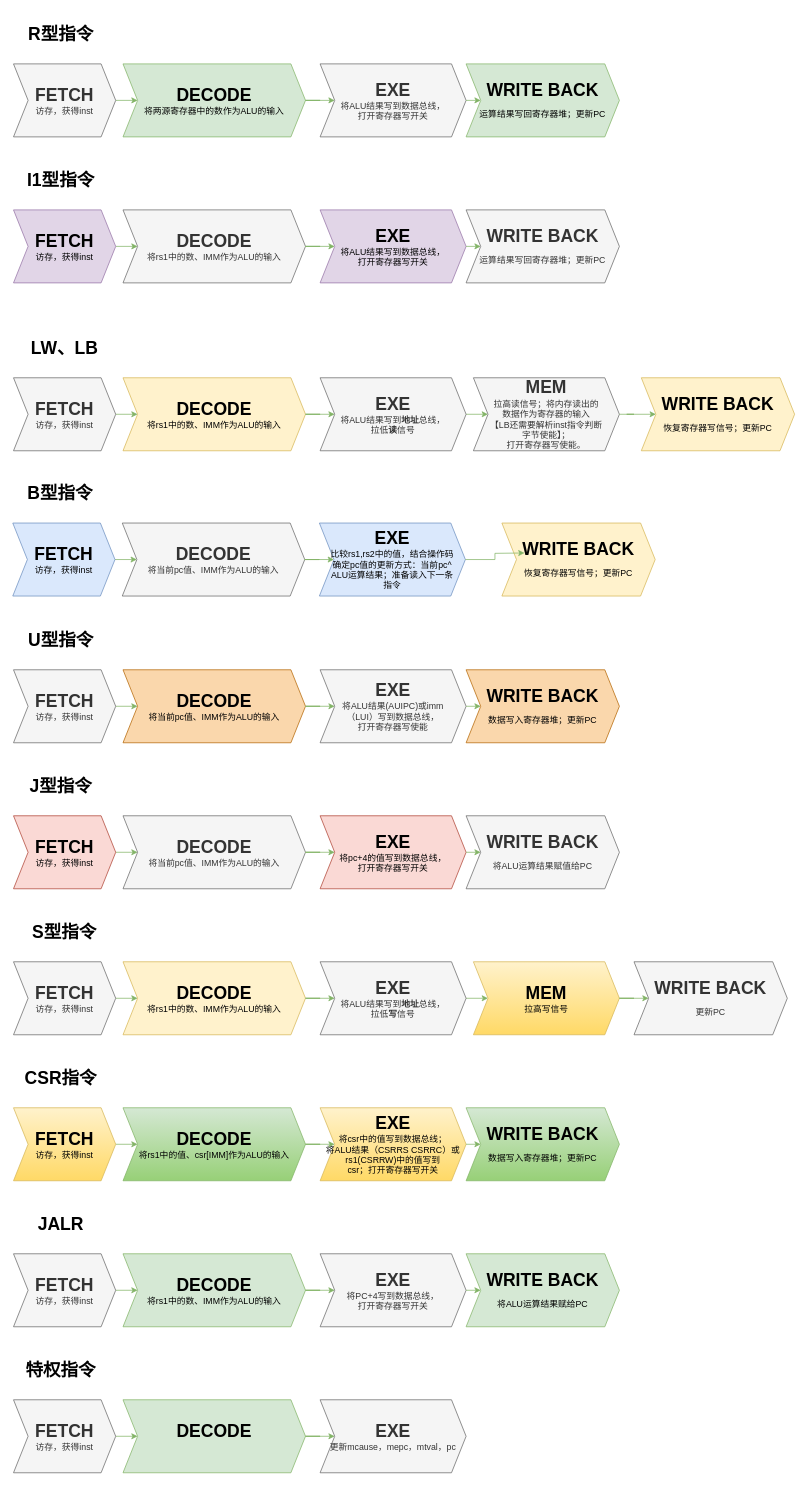
The draw.io diagram Untitled Diagram.drawio in Nicki-Liu/hello-world, before the edit. Source tidied: cells renumbered, new cells numbered last; positions are measured from the earlier drawing's top-left corner, leaving out a move shared by most shapes. Both pictures are drawn from the tidied source at 73%, with x=0, y=0 at pixel (12, 12).
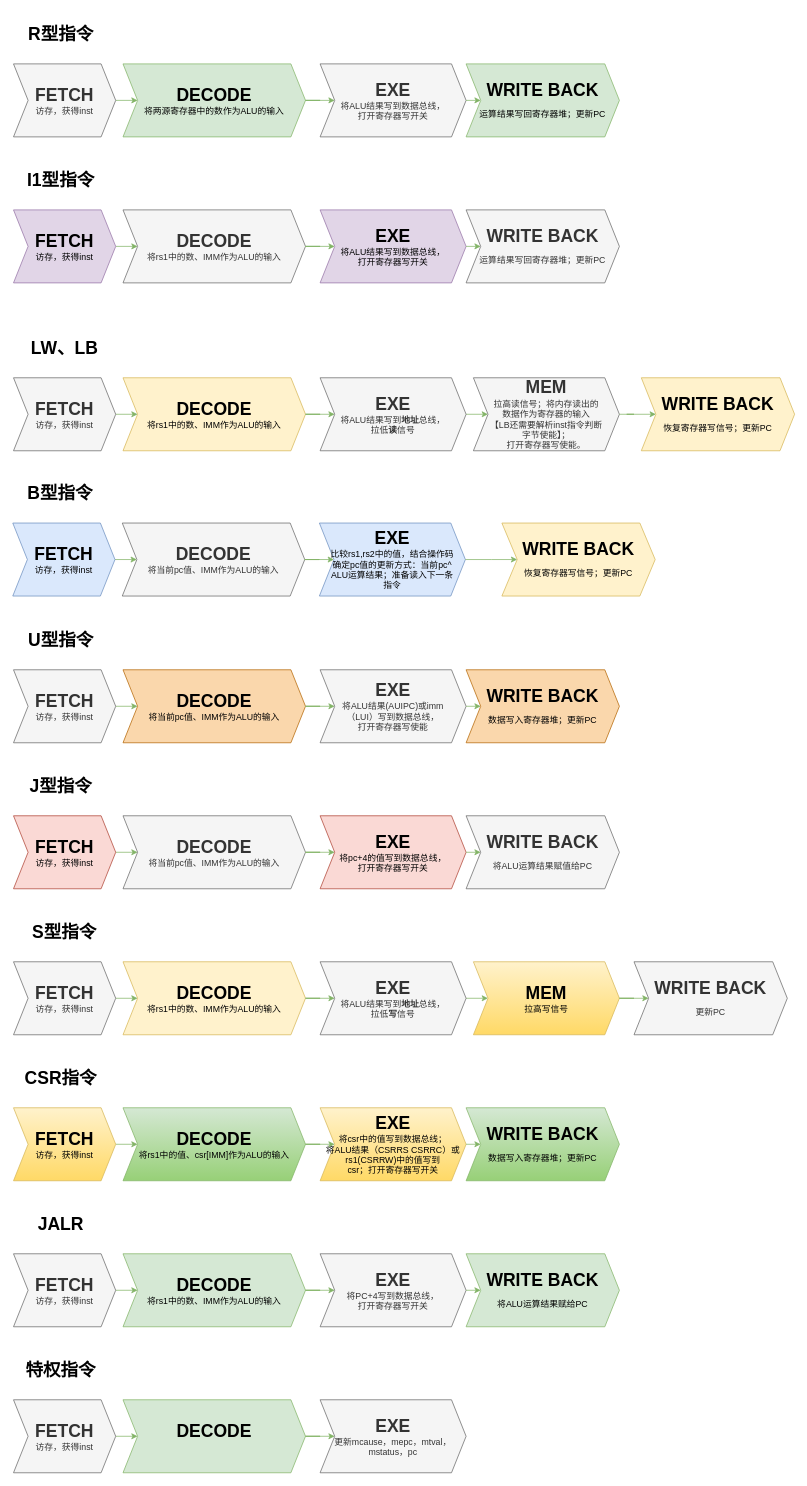
After the change.

The change refers to these unchanged cells:
```xml
<mxCell id="20" style="group;" parent="1" vertex="1">
  <mxGeometry y="629" width="930" height="170" as="geometry" />
</mxCell>
<mxCell id="22" value="&lt;div&gt;&lt;b&gt;&lt;font style=&quot;font-size: 24px&quot;&gt;EXE&lt;/font&gt;&lt;/b&gt;&lt;/div&gt;&lt;div&gt;比较rs1,rs2中的值，结合操作码&lt;/div&gt;&lt;div&gt;确定pc值的更新方式：当前pc^&lt;/div&gt;&lt;div&gt;ALU运算结果；准备读入下一条&lt;/div&gt;&lt;div&gt;指令&lt;br&gt;&lt;/div&gt;" style="shape=step;perimeter=stepPerimeter;whiteSpace=wrap;html=1;fixedSize=1;fillColor=#dae8fc;strokeColor=#6c8ebf;" parent="20" vertex="1">
  <mxGeometry x="420" y="70" width="200" height="100" as="geometry" />
</mxCell>
<mxCell id="89" style="group;" parent="1" vertex="1">
  <mxGeometry x="1" y="1830" width="830" height="170" as="geometry" />
</mxCell>
```

What changed in the source:
```diff
@@
-    <mxCell id="27" value="&lt;div&gt;&lt;b&gt;&lt;font style=&quot;font-size: 24px&quot;&gt;WRITE BACK&lt;/font&gt;&lt;/b&gt;&lt;/div&gt;&lt;div&gt;&lt;font style=&quot;font-size: 12px&quot;&gt;恢复寄存器写信号；更新PC&lt;/font&gt;&lt;b&gt;&lt;font style=&quot;font-size: 24px&quot;&gt;&lt;br&gt;&lt;/font&gt;&lt;/b&gt;&lt;/div&gt;" style="shape=step;perimeter=stepPerimeter;whiteSpace=wrap;html=1;fixedSize=1;fillColor=#fff2cc;strokeColor=#d6b656;" parent="20" vertex="1">
+    <mxCell id="27" value="&lt;div&gt;&lt;b&gt;&lt;font style=&quot;font-size: 24px&quot;&gt;WRITE BACK&lt;/font&gt;&lt;/b&gt;&lt;/div&gt;&lt;div&gt;&lt;font style=&quot;font-size: 12px&quot;&gt;恢复寄存器写信号；更新PC&lt;/font&gt;&lt;b&gt;&lt;font style=&quot;font-size: 24px&quot;&gt;&lt;br&gt;&lt;/font&gt;&lt;/b&gt;&lt;/div&gt;" style="shape=step;perimeter=stepPerimeter;whiteSpace=wrap;html=1;fixedSize=1;fillColor=#fff2cc;strokeColor=#d6b656;size=21;" parent="20" vertex="1">
       <mxGeometry x="670" y="70" width="210" height="100" as="geometry" />
     </mxCell>
@@
     <mxCell id="76" style="edgeStyle=orthogonalEdgeStyle;rounded=0;jettySize=auto;html=1;exitX=1;exitY=0.5;exitDx=0;exitDy=0;gradientColor=#97d077;fillColor=#d5e8d4;strokeColor=#82b366;" parent="1" edge="1" source="22">
       <mxGeometry relative="1" as="geometry">
-        <mxPoint x="701" y="740" as="targetPoint" />
+        <mxPoint x="691" y="749" as="targetPoint" />
       </mxGeometry>
     </mxCell>
@@
-    <mxCell id="91" value="&lt;div&gt;&lt;b&gt;&lt;font style=&quot;font-size: 24px&quot;&gt;EXE&lt;/font&gt;&lt;/b&gt;&lt;/div&gt;更新mcause，mepc，mtval，pc" style="shape=step;perimeter=stepPerimeter;whiteSpace=wrap;html=1;fixedSize=1;fillColor=#f5f5f5;strokeColor=#666666;fontColor=#333333;" parent="89" vertex="1">
+    <mxCell id="91" value="&lt;div&gt;&lt;b&gt;&lt;font style=&quot;font-size: 24px&quot;&gt;EXE&lt;/font&gt;&lt;/b&gt;&lt;/div&gt;&lt;div&gt;更新mcause，mepc，mtval，&lt;/div&gt;&lt;div&gt;mstatus，pc&lt;/div&gt;" style="shape=step;perimeter=stepPerimeter;whiteSpace=wrap;html=1;fixedSize=1;fillColor=#f5f5f5;strokeColor=#666666;fontColor=#333333;" parent="89" vertex="1">
       <mxGeometry x="420" y="70" width="200" height="100" as="geometry" />
     </mxCell>
```
